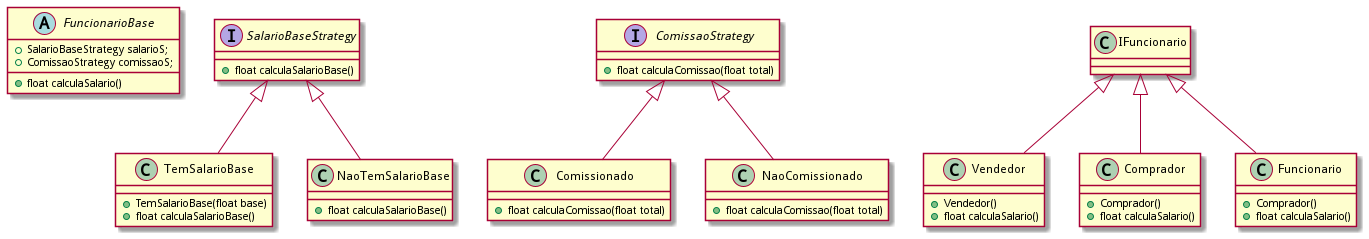
This is Aula2/diagrama_strategy.png from HackudaoStructures/CodigosEmAula, a PlantUML export, as it was before one commit. Its diagram source:
```plantuml
@startuml

abstract class FuncionarioBase{
  + SalarioBaseStrategy salarioS;
  +ComissaoStrategy comissaoS;
  + float calculaSalario()
}


interface SalarioBaseStrategy{
  + float calculaSalarioBase()
}

class TemSalarioBase extends SalarioBaseStrategy{
  + TemSalarioBase(float base)
  + float calculaSalarioBase()
}


class NaoTemSalarioBase extends SalarioBaseStrategy{
  + float calculaSalarioBase()
}

interface ComissaoStrategy{
  + float calculaComissao(float total)
}

class Comissionado extends ComissaoStrategy {
  + float calculaComissao(float total)
}

class NaoComissionado extends ComissaoStrategy {
  + float calculaComissao(float total)
}

class Vendedor extends IFuncionario{
  +Vendedor()
  +float calculaSalario()
}

class Comprador extends IFuncionario{
  +Comprador()
  +float calculaSalario()
}

class Funcionario extends IFuncionario{
  +Comprador()
  +float calculaSalario()
}

@enduml
```
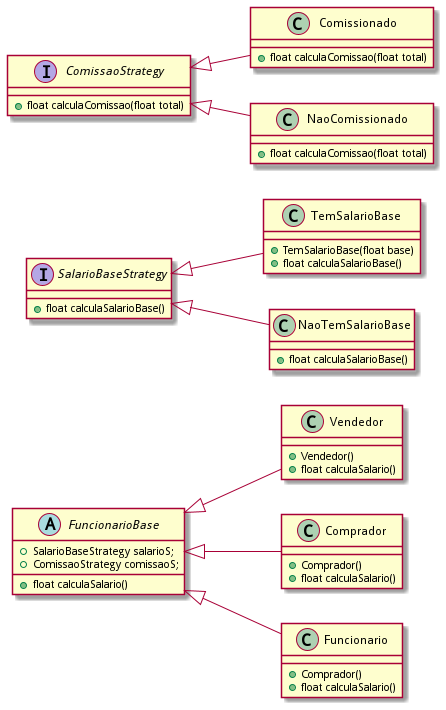
After the change.

Change to the diagram source:
```diff
@@ -1,4 +1,6 @@
 @startuml
+left to right direction
+
 
 abstract class FuncionarioBase{
   + SalarioBaseStrategy salarioS;
@@ -33,17 +35,17 @@
   + float calculaComissao(float total)
 }
 
-class Vendedor extends IFuncionario{
+class Vendedor extends FuncionarioBase{
   +Vendedor()
   +float calculaSalario()
 }
 
-class Comprador extends IFuncionario{
+class Comprador extends FuncionarioBase{
   +Comprador()
   +float calculaSalario()
 }
 
-class Funcionario extends IFuncionario{
+class Funcionario extends FuncionarioBase{
   +Comprador()
   +float calculaSalario()
 }
```
